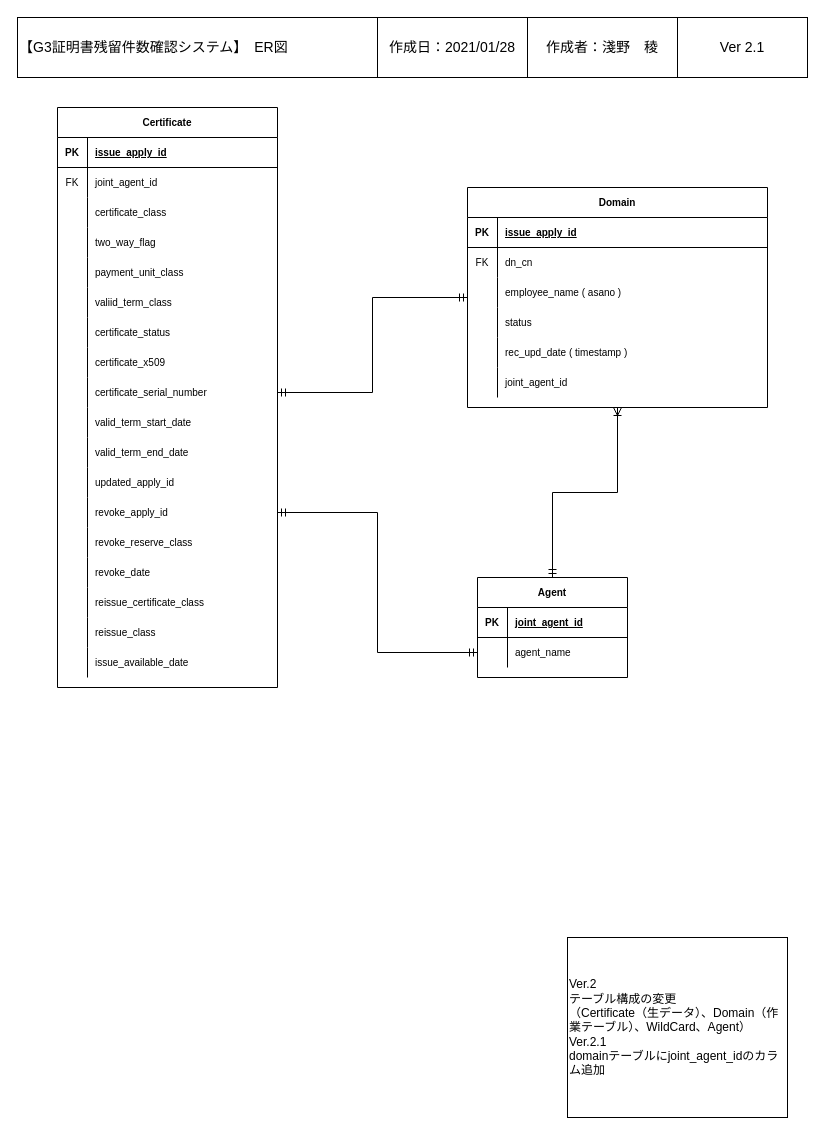
r-asano/kaihatsubuKenshu keeps this draw.io diagram as page "ER図" (3 of 6) of UMLDiagram.drawio. Above is the earlier version. Source tidied: cells renumbered, new cells numbered last; positions are measured from the earlier drawing's top-left corner, leaving out a move shared by most shapes. Both pictures are drawn from the tidied source at 100%, with x=0, y=0 at pixel (17, 17).
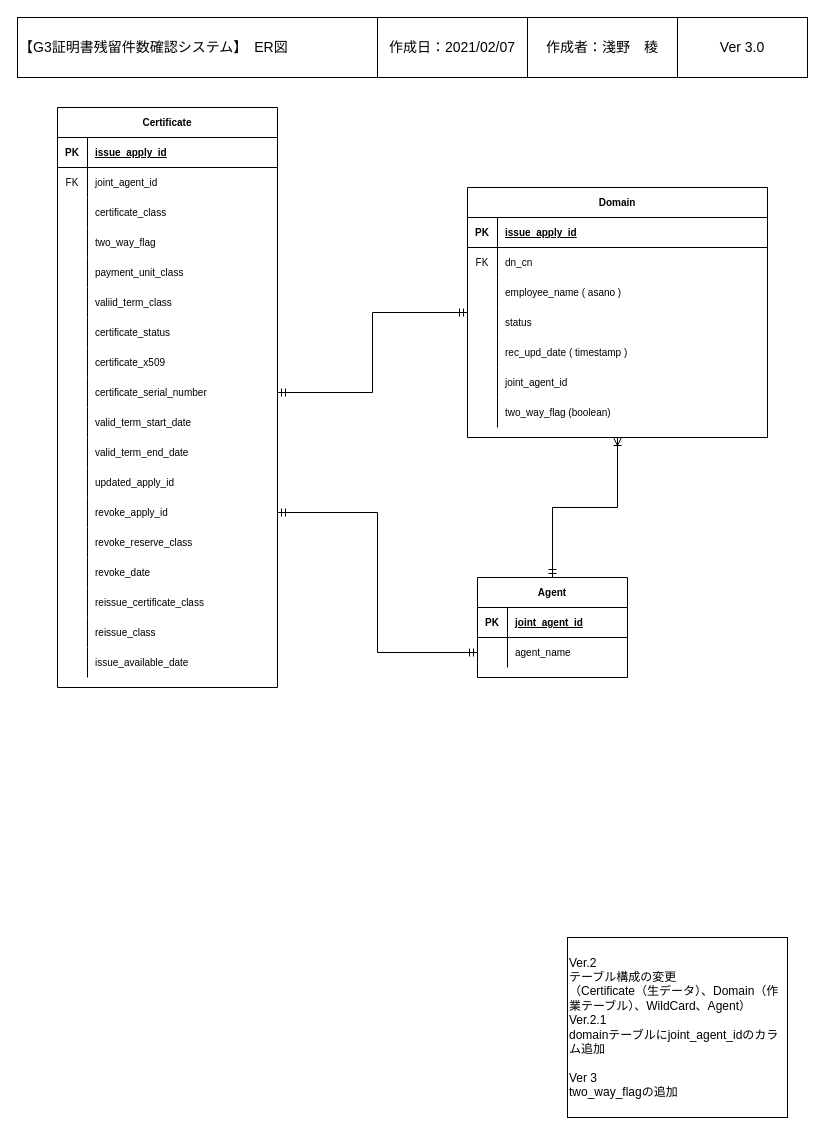
After the change.

Change to the diagram source:
```diff
@@
     <mxCell id="2" value="Domain" style="shape=table;startSize=30;childLayout=tableLayout;rowLines=0;fontStyle=1;align=center;fontSize=10;" parent="1" vertex="1">
-      <mxGeometry x="450" y="170" width="300" height="220" as="geometry" />
+      <mxGeometry x="450" y="170" width="300" height="250" as="geometry" />
     </mxCell>
@@
+    <mxCell id="91" style="shape=partialRectangle;fillColor=none;top=0;left=0;right=0;bottom=0;fontSize=10;" parent="2" vertex="1">
+      <mxGeometry y="210" width="300" height="30" as="geometry" />
+    </mxCell>
+    <mxCell id="92" style="shape=partialRectangle;overflow=hidden;fillColor=none;top=0;left=0;bottom=0;right=0;fontSize=10;" parent="91" vertex="1">
+      <mxGeometry width="30" height="30" as="geometry" />
+    </mxCell>
+    <mxCell id="93" value="two_way_flag (boolean)" style="shape=partialRectangle;overflow=hidden;fillColor=none;top=0;left=0;bottom=0;right=0;align=left;spacingLeft=6;fontSize=10;" parent="91" vertex="1">
+      <mxGeometry x="30" width="270" height="30" as="geometry" />
+    </mxCell>
@@
-    <mxCell id="29" value="&lt;font style=&quot;font-size: 14px&quot;&gt;作成日：2021/01/28&lt;/font&gt;" style="rounded=0;whiteSpace=wrap;html=1;fontSize=14;" parent="1" vertex="1">
+    <mxCell id="29" value="&lt;font style=&quot;font-size: 14px&quot;&gt;作成日：2021/02/07&lt;/font&gt;" style="rounded=0;whiteSpace=wrap;html=1;fontSize=14;" parent="1" vertex="1">
       <mxGeometry x="360" width="150" height="60" as="geometry" />
     </mxCell>
@@
-    <mxCell id="31" value="&lt;font style=&quot;font-size: 14px&quot;&gt;Ver 2.1&lt;/font&gt;" style="rounded=0;whiteSpace=wrap;html=1;fontSize=14;" parent="1" vertex="1">
+    <mxCell id="31" value="&lt;font style=&quot;font-size: 14px&quot;&gt;Ver 3.0&lt;br&gt;&lt;/font&gt;" style="rounded=0;whiteSpace=wrap;html=1;fontSize=14;" parent="1" vertex="1">
       <mxGeometry x="660" width="130" height="60" as="geometry" />
     </mxCell>
@@
-    <mxCell id="87" value="&lt;div align=&quot;left&quot;&gt;Ver.2&lt;/div&gt;&lt;div align=&quot;left&quot;&gt;テーブル構成の変更&lt;/div&gt;&lt;div align=&quot;left&quot;&gt;（Certificate（生データ）、Domain（作業テーブル）、WildCard、Agent）&lt;/div&gt;&lt;div align=&quot;left&quot;&gt;Ver.2.1&lt;/div&gt;&lt;div align=&quot;left&quot;&gt;domainテーブルにjoint_agent_idのカラム追加&lt;br&gt;&lt;/div&gt;" style="rounded=0;whiteSpace=wrap;html=1;align=left;" parent="1" vertex="1">
+    <mxCell id="87" value="&lt;div align=&quot;left&quot;&gt;Ver.2&lt;/div&gt;&lt;div align=&quot;left&quot;&gt;テーブル構成の変更&lt;/div&gt;&lt;div align=&quot;left&quot;&gt;（Certificate（生データ）、Domain（作業テーブル）、WildCard、Agent）&lt;/div&gt;&lt;div align=&quot;left&quot;&gt;Ver.2.1&lt;/div&gt;&lt;div align=&quot;left&quot;&gt;domainテーブルにjoint_agent_idのカラム追加&lt;/div&gt;&lt;div align=&quot;left&quot;&gt;&lt;br&gt;&lt;/div&gt;&lt;div align=&quot;left&quot;&gt;Ver 3&lt;/div&gt;&lt;div align=&quot;left&quot;&gt;two_way_flagの追加&lt;br&gt;&lt;/div&gt;" style="rounded=0;whiteSpace=wrap;html=1;align=left;" parent="1" vertex="1">
       <mxGeometry x="550" y="920" width="220" height="180" as="geometry" />
     </mxCell>
```
